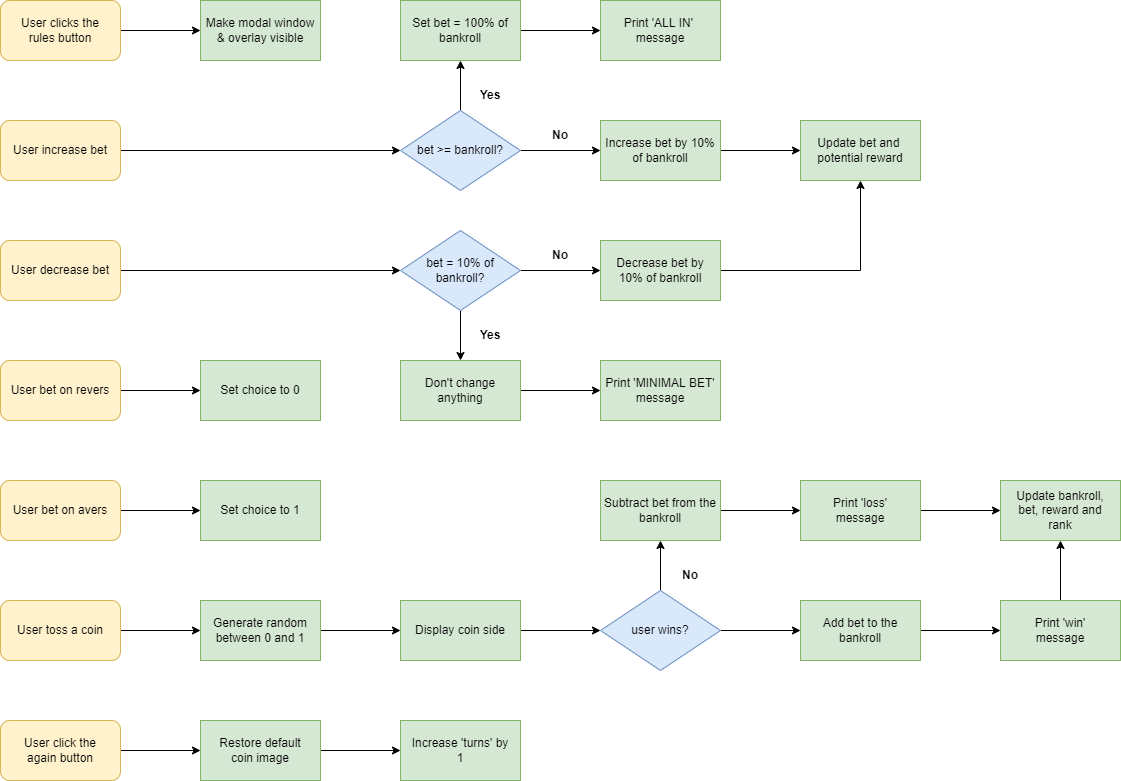
SojerSM/VegasTosser keeps this draw.io diagram as flowchart.drawio.png. Above is the earlier version. Source tidied: cells renumbered, new cells last; positions are measured from the earlier drawing's top-left corner, leaving out a move shared by most shapes.
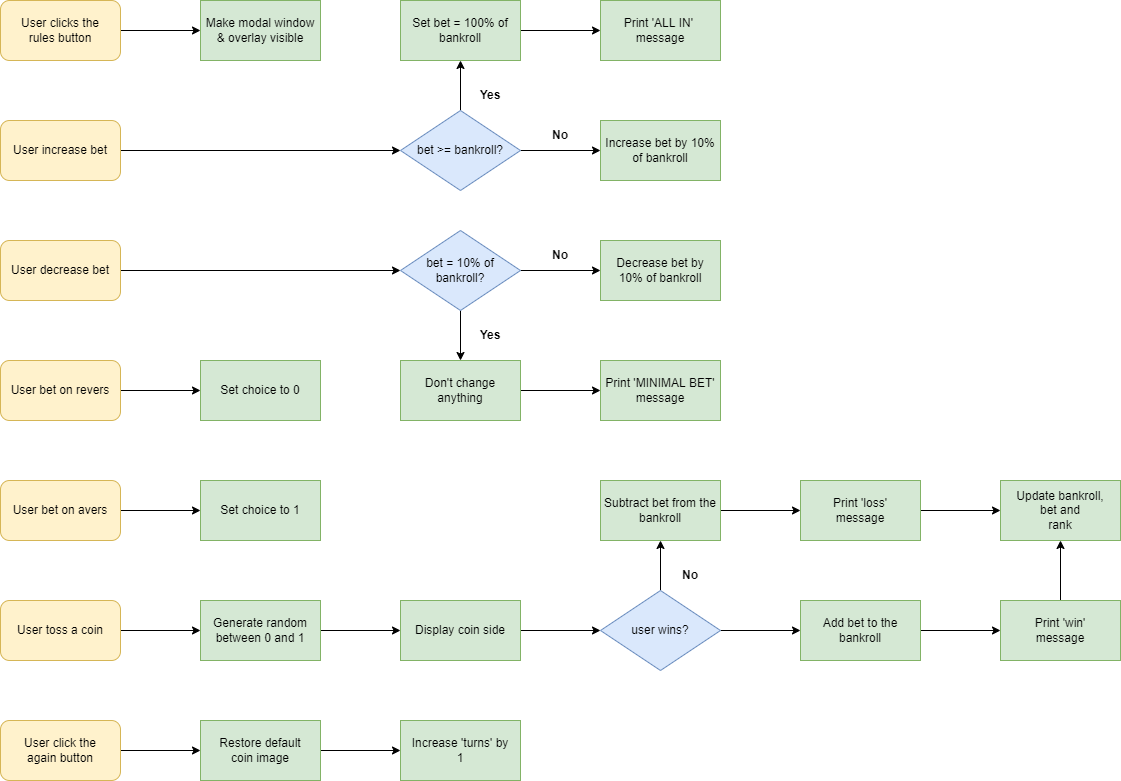
Above is the later version.

What changed in the source:
```diff
@@ -40,15 +40,9 @@
     <mxCell id="13" value="Yes" style="text;html=1;strokeColor=none;fillColor=none;align=center;verticalAlign=middle;whiteSpace=wrap;rounded=0;fontStyle=1;" parent="1" vertex="1">
       <mxGeometry x="460" y="80" width="60" height="30" as="geometry" />
     </mxCell>
-    <mxCell id="14" style="edgeStyle=orthogonalEdgeStyle;rounded=0;jettySize=auto;html=1;" parent="1" edge="1" source="15" target="16">
-      <mxGeometry relative="1" as="geometry" />
-    </mxCell>
     <mxCell id="15" value="Increase bet by 10%&lt;br&gt;of bankroll" style="whiteSpace=wrap;html=1;fillColor=#d5e8d4;strokeColor=#82b366;" parent="1" vertex="1">
       <mxGeometry x="600" y="120" width="120" height="60" as="geometry" />
     </mxCell>
-    <mxCell id="16" value="Update bet and&amp;nbsp;&lt;br&gt;potential reward" style="whiteSpace=wrap;html=1;fillColor=#d5e8d4;strokeColor=#82b366;" parent="1" vertex="1">
-      <mxGeometry x="800" y="120" width="120" height="60" as="geometry" />
-    </mxCell>
     <mxCell id="17" style="edgeStyle=orthogonalEdgeStyle;rounded=0;jettySize=auto;html=1;entryX=0;entryY=0.5;entryDx=0;entryDy=0;" parent="1" edge="1" source="18" target="21">
       <mxGeometry relative="1" as="geometry" />
     </mxCell>
@@ -67,9 +61,6 @@
     <mxCell id="22" value="No" style="text;html=1;strokeColor=none;fillColor=none;align=center;verticalAlign=middle;whiteSpace=wrap;rounded=0;fontStyle=1;" parent="1" vertex="1">
       <mxGeometry x="530" y="120" width="60" height="30" as="geometry" />
     </mxCell>
-    <mxCell id="23" style="edgeStyle=orthogonalEdgeStyle;rounded=0;jettySize=auto;html=1;entryX=0.5;entryY=1;entryDx=0;entryDy=0;" parent="1" edge="1" source="24" target="16">
-      <mxGeometry relative="1" as="geometry" />
-    </mxCell>
     <mxCell id="24" value="Decrease bet by&lt;br&gt;10% of bankroll" style="whiteSpace=wrap;html=1;fillColor=#d5e8d4;strokeColor=#82b366;" parent="1" vertex="1">
       <mxGeometry x="600" y="240" width="120" height="60" as="geometry" />
     </mxCell>
@@ -164,7 +155,7 @@
     <mxCell id="53" value="Print 'win'&lt;br&gt;message" style="whiteSpace=wrap;html=1;fillColor=#d5e8d4;strokeColor=#82b366;" parent="1" vertex="1">
       <mxGeometry x="1000" y="600" width="120" height="60" as="geometry" />
     </mxCell>
-    <mxCell id="54" value="Update bankroll,&lt;br&gt;bet, reward and&lt;br&gt;rank" style="whiteSpace=wrap;html=1;fillColor=#d5e8d4;strokeColor=#82b366;" parent="1" vertex="1">
+    <mxCell id="54" value="Update bankroll,&lt;br&gt;bet and&lt;br&gt;rank" style="whiteSpace=wrap;html=1;fillColor=#d5e8d4;strokeColor=#82b366;" parent="1" vertex="1">
       <mxGeometry x="1000" y="480" width="120" height="60" as="geometry" />
     </mxCell>
     <mxCell id="55" style="edgeStyle=orthogonalEdgeStyle;rounded=0;jettySize=auto;html=1;" parent="1" edge="1" source="56">
```
